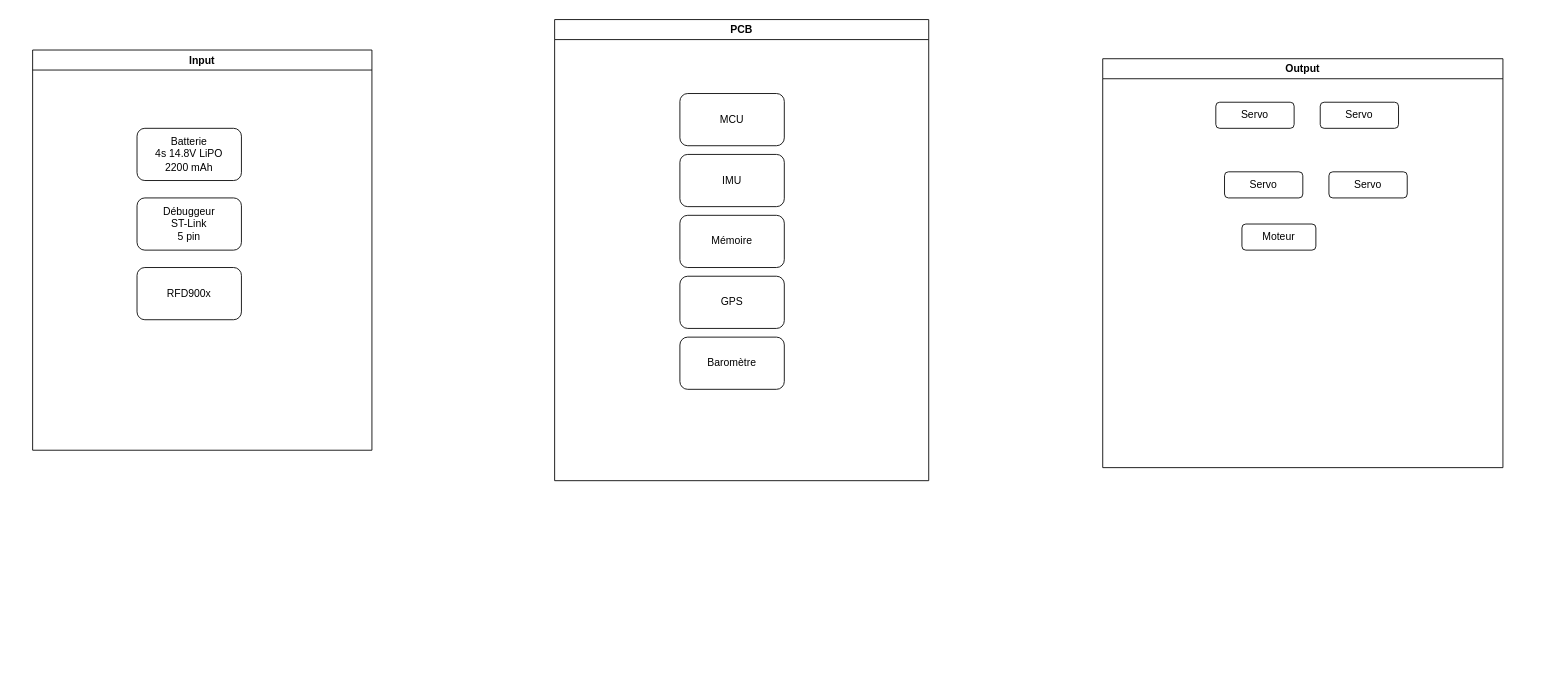
Before: Schema_bloc.drawio in GAULAvionique/ABRARACOURCIX_HARD_ware, a draw.io diagram. Source tidied: cells renumbered, new cells numbered last; positions are measured from the earlier drawing's top-left corner, leaving out a move shared by most shapes. Both pictures are drawn from the tidied source at 87%, with x=0, y=0 at pixel (32, 19).
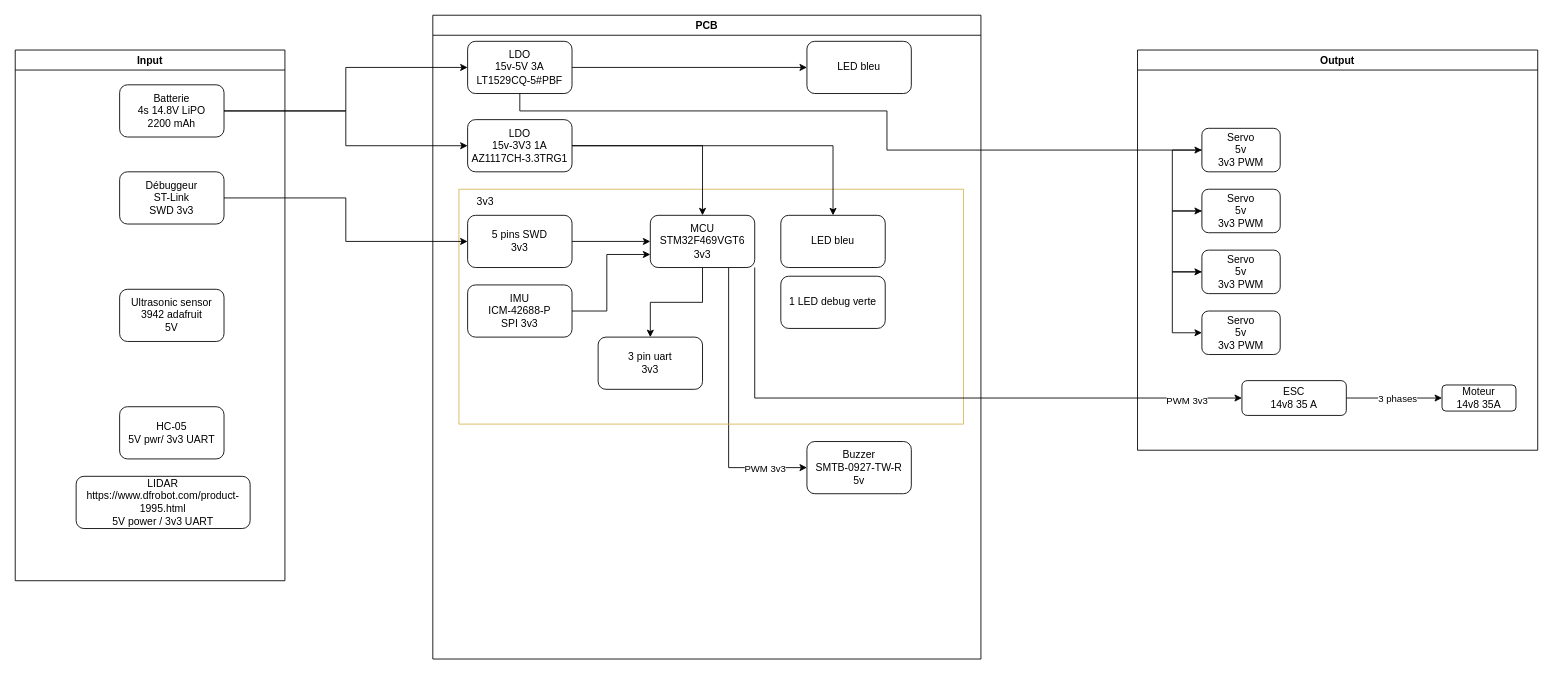
After the change.

Commit message (it also covers changes not shown here):
Update au schema bloc

Change to the diagram source:
```diff
@@
-    <mxCell id="2" value="IMU" style="rounded=1;whiteSpace=wrap;html=1;" parent="1" vertex="1">
-      <mxGeometry x="744" y="155" width="120" height="60" as="geometry" />
-    </mxCell>
     <mxCell id="3" value="Input" style="swimlane;whiteSpace=wrap;html=1;" parent="1" vertex="1">
-      <mxGeometry y="35" width="390" height="460" as="geometry" />
+      <mxGeometry x="-20" y="35" width="310" height="610" as="geometry" />
     </mxCell>
     <mxCell id="4" value="Batterie&lt;div&gt;4s 14.8V LiPO&lt;/div&gt;&lt;div&gt;2200 mAh&lt;/div&gt;" style="rounded=1;whiteSpace=wrap;html=1;" parent="3" vertex="1">
-      <mxGeometry x="120" y="90" width="120" height="60" as="geometry" />
+      <mxGeometry x="120" y="40" width="120" height="60" as="geometry" />
     </mxCell>
-    <mxCell id="5" value="Débuggeur&lt;div&gt;ST-Link&lt;/div&gt;&lt;div&gt;5 pin&lt;/div&gt;" style="rounded=1;whiteSpace=wrap;html=1;" parent="3" vertex="1">
-      <mxGeometry x="120" y="170" width="120" height="60" as="geometry" />
+    <mxCell id="5" value="Débuggeur&lt;div&gt;ST-Link&lt;/div&gt;&lt;div&gt;SWD 3v3&lt;/div&gt;" style="rounded=1;whiteSpace=wrap;html=1;" parent="3" vertex="1">
+      <mxGeometry x="120" y="140" width="120" height="60" as="geometry" />
     </mxCell>
-    <mxCell id="6" value="RFD900x" style="rounded=1;whiteSpace=wrap;html=1;" parent="3" vertex="1">
-      <mxGeometry x="120" y="250" width="120" height="60" as="geometry" />
+    <mxCell id="6" value="HC-05&lt;br&gt;5V pwr/ 3v3 UART" style="rounded=1;whiteSpace=wrap;html=1;" parent="3" vertex="1">
+      <mxGeometry x="120" y="410" width="120" height="60" as="geometry" />
     </mxCell>
+    <mxCell id="18" value="Ultrasonic sensor&lt;br&gt;3942 adafruit&lt;br&gt;5V" style="rounded=1;whiteSpace=wrap;html=1;" parent="3" vertex="1">
+      <mxGeometry x="120" y="275" width="120" height="60" as="geometry" />
+    </mxCell>
+    <mxCell id="19" value="LIDAR&lt;br&gt;https://www.dfrobot.com/product-1995.html&lt;br&gt;5V power / 3v3 UART" style="rounded=1;whiteSpace=wrap;html=1;" parent="3" vertex="1">
+      <mxGeometry x="70" y="490" width="200" height="60" as="geometry" />
+    </mxCell>
     <mxCell id="7" value="Output" style="swimlane;whiteSpace=wrap;html=1;" parent="1" vertex="1">
-      <mxGeometry x="1230" y="45" width="460" height="470" as="geometry" />
+      <mxGeometry x="1270" y="35" width="460" height="460" as="geometry" />
     </mxCell>
-    <mxCell id="8" value="Servo" style="rounded=1;whiteSpace=wrap;html=1;" parent="7" vertex="1">
-      <mxGeometry x="130" y="50" width="90" height="30" as="geometry" />
-    </mxCell>
-    <mxCell id="9" value="Servo" style="rounded=1;whiteSpace=wrap;html=1;" parent="7" vertex="1">
-      <mxGeometry x="140" y="130" width="90" height="30" as="geometry" />
-    </mxCell>
-    <mxCell id="10" value="Servo" style="rounded=1;whiteSpace=wrap;html=1;" parent="7" vertex="1">
-      <mxGeometry x="260" y="130" width="90" height="30" as="geometry" />
-    </mxCell>
-    <mxCell id="11" value="Servo" style="rounded=1;whiteSpace=wrap;html=1;" parent="7" vertex="1">
-      <mxGeometry x="250" y="50" width="90" height="30" as="geometry" />
-    </mxCell>
-    <mxCell id="12" value="Moteur" style="rounded=1;whiteSpace=wrap;html=1;" parent="7" vertex="1">
-      <mxGeometry x="160" y="190" width="85" height="30" as="geometry" />
+    <mxCell id="12" value="Moteur&lt;br&gt;14v8 35A" style="rounded=1;whiteSpace=wrap;html=1;" parent="7" vertex="1">
+      <mxGeometry x="350" y="385" width="85" height="30" as="geometry" />
     </mxCell>
+    <mxCell id="20" style="edgeStyle=orthogonalEdgeStyle;rounded=0;jettySize=auto;html=1;entryX=0;entryY=0.5;entryDx=0;entryDy=0;" parent="7" edge="1" source="22" target="12">
+      <mxGeometry relative="1" as="geometry" />
+    </mxCell>
+    <mxCell id="21" value="3 phases" style="edgeLabel;html=1;align=center;verticalAlign=middle;" parent="20" vertex="1">
+      <mxGeometry x="0.05" relative="1" as="geometry" />
+    </mxCell>
+    <mxCell id="22" value="ESC&lt;br&gt;14v8 35 A" style="rounded=1;whiteSpace=wrap;html=1;" parent="7" vertex="1">
+      <mxGeometry x="120" y="380" width="120" height="40" as="geometry" />
+    </mxCell>
+    <mxCell id="23" style="edgeStyle=orthogonalEdgeStyle;rounded=0;jettySize=auto;html=1;entryX=0;entryY=0.5;entryDx=0;entryDy=0;" parent="7" edge="1" source="24" target="29">
+      <mxGeometry relative="1" as="geometry">
+        <Array as="points">
+          <mxPoint x="40" y="115" />
+          <mxPoint x="40" y="185" />
+        </Array>
+      </mxGeometry>
+    </mxCell>
+    <mxCell id="24" value="Servo&lt;br&gt;5v&lt;br&gt;3v3 PWM" style="rounded=1;whiteSpace=wrap;html=1;" parent="7" vertex="1">
+      <mxGeometry x="74" y="90" width="90" height="50" as="geometry" />
+    </mxCell>
+    <mxCell id="25" value="Servo&lt;br&gt;5v&lt;br&gt;3v3 PWM" style="rounded=1;whiteSpace=wrap;html=1;" parent="7" vertex="1">
+      <mxGeometry x="74" y="300" width="90" height="50" as="geometry" />
+    </mxCell>
+    <mxCell id="26" style="edgeStyle=orthogonalEdgeStyle;rounded=0;jettySize=auto;html=1;entryX=0;entryY=0.5;entryDx=0;entryDy=0;" parent="7" edge="1" source="27" target="25">
+      <mxGeometry relative="1" as="geometry">
+        <Array as="points">
+          <mxPoint x="40" y="255" />
+          <mxPoint x="40" y="325" />
+        </Array>
+      </mxGeometry>
+    </mxCell>
+    <mxCell id="27" value="Servo&lt;br&gt;5v&lt;br&gt;3v3 PWM" style="rounded=1;whiteSpace=wrap;html=1;" parent="7" vertex="1">
+      <mxGeometry x="74" y="230" width="90" height="50" as="geometry" />
+    </mxCell>
+    <mxCell id="28" style="edgeStyle=orthogonalEdgeStyle;rounded=0;jettySize=auto;html=1;entryX=0;entryY=0.5;entryDx=0;entryDy=0;" parent="7" edge="1" source="29" target="27">
+      <mxGeometry relative="1" as="geometry">
+        <Array as="points">
+          <mxPoint x="40" y="185" />
+          <mxPoint x="40" y="255" />
+        </Array>
+      </mxGeometry>
+    </mxCell>
+    <mxCell id="29" value="Servo&lt;br&gt;5v&lt;br&gt;3v3 PWM" style="rounded=1;whiteSpace=wrap;html=1;" parent="7" vertex="1">
+      <mxGeometry x="74" y="160" width="90" height="50" as="geometry" />
+    </mxCell>
+    <mxCell id="17" value="PCB" style="swimlane;whiteSpace=wrap;html=1;" parent="1" vertex="1">
+      <mxGeometry x="460" y="-5" width="630" height="740" as="geometry" />
+    </mxCell>
+    <mxCell id="30" value="Buzzer&lt;div&gt;SMTB-0927-TW-R&lt;br&gt;&lt;/div&gt;&lt;div&gt;5v&lt;/div&gt;" style="rounded=1;whiteSpace=wrap;html=1;" parent="17" vertex="1">
+      <mxGeometry x="430" y="490" width="120" height="60" as="geometry" />
+    </mxCell>
+    <mxCell id="31" style="edgeStyle=orthogonalEdgeStyle;rounded=0;jettySize=auto;html=1;entryX=0;entryY=0.5;entryDx=0;entryDy=0;" parent="17" edge="1" source="32" target="13">
+      <mxGeometry relative="1" as="geometry" />
+    </mxCell>
+    <mxCell id="32" value="5 pins SWD&lt;br&gt;3v3" style="rounded=1;whiteSpace=wrap;html=1;" parent="17" vertex="1">
+      <mxGeometry x="40" y="230" width="120" height="60" as="geometry" />
+    </mxCell>
+    <mxCell id="33" style="edgeStyle=orthogonalEdgeStyle;rounded=0;jettySize=auto;html=1;entryX=0;entryY=0.75;entryDx=0;entryDy=0;" parent="17" edge="1" source="2" target="13">
+      <mxGeometry relative="1" as="geometry">
+        <Array as="points">
+          <mxPoint x="200" y="340" />
+          <mxPoint x="200" y="275" />
+        </Array>
+      </mxGeometry>
+    </mxCell>
+    <mxCell id="34" style="edgeStyle=orthogonalEdgeStyle;rounded=0;jettySize=auto;html=1;" parent="17" edge="1" source="13" target="38">
+      <mxGeometry relative="1" as="geometry" />
+    </mxCell>
+    <mxCell id="35" style="edgeStyle=orthogonalEdgeStyle;rounded=0;jettySize=auto;html=1;exitX=0.75;exitY=1;exitDx=0;exitDy=0;entryX=0;entryY=0.5;entryDx=0;entryDy=0;" parent="17" edge="1" source="13" target="30">
+      <mxGeometry relative="1" as="geometry" />
+    </mxCell>
+    <mxCell id="36" value="PWM 3v3" style="edgeLabel;html=1;align=center;verticalAlign=middle;" parent="35" vertex="1">
+      <mxGeometry x="0.83" y="-2" relative="1" as="geometry">
+        <mxPoint x="-22" y="-2" as="offset" />
+      </mxGeometry>
+    </mxCell>
-    <mxCell id="13" value="MCU" style="rounded=1;whiteSpace=wrap;html=1;" parent="1" vertex="1">
-      <mxGeometry x="744" y="85" width="120" height="60" as="geometry" />
+    <mxCell id="13" value="MCU&lt;br&gt;STM32F469VGT6&lt;br&gt;3v3" style="rounded=1;whiteSpace=wrap;html=1;" parent="17" vertex="1">
+      <mxGeometry x="250" y="230" width="120" height="60" as="geometry" />
     </mxCell>
-    <mxCell id="14" value="Mémoire" style="rounded=1;whiteSpace=wrap;html=1;" parent="1" vertex="1">
-      <mxGeometry x="744" y="225" width="120" height="60" as="geometry" />
-    </mxCell>
-    <mxCell id="15" value="GPS" style="rounded=1;whiteSpace=wrap;html=1;" parent="1" vertex="1">
-      <mxGeometry x="744" y="295" width="120" height="60" as="geometry" />
-    </mxCell>
-    <mxCell id="16" value="Baromètre" style="rounded=1;whiteSpace=wrap;html=1;" parent="1" vertex="1">
-      <mxGeometry x="744" y="365" width="120" height="60" as="geometry" />
-    </mxCell>
-    <mxCell id="17" value="PCB" style="swimlane;whiteSpace=wrap;html=1;" parent="1" vertex="1">
-      <mxGeometry x="600" width="430" height="530" as="geometry" />
-    </mxCell>
+    <mxCell id="37" style="swimlane;startSize=0;fillColor=#FFF2CC;strokeColor=#d6b656;gradientColor=none;swimlaneFillColor=none;" parent="17" vertex="1">
+      <mxGeometry x="30" y="200" width="580" height="270" as="geometry" />
+    </mxCell>
+    <mxCell id="38" value="3 pin uart&lt;br&gt;3v3" style="rounded=1;whiteSpace=wrap;html=1;" parent="37" vertex="1">
+      <mxGeometry x="160" y="170" width="120" height="60" as="geometry" />
+    </mxCell>
+    <mxCell id="39" value="3v3" style="text;html=1;align=center;verticalAlign=middle;strokeColor=none;fillColor=none;" parent="37" vertex="1">
+      <mxGeometry x="10" width="40" height="30" as="geometry" />
+    </mxCell>
+    <mxCell id="40" value="LED bleu" style="rounded=1;whiteSpace=wrap;html=1;" parent="37" vertex="1">
+      <mxGeometry x="370" y="30" width="120" height="60" as="geometry" />
+    </mxCell>
+    <mxCell id="2" value="IMU&lt;br&gt;ICM-42688-P&lt;br&gt;SPI 3v3" style="rounded=1;whiteSpace=wrap;html=1;" parent="37" vertex="1">
+      <mxGeometry x="10" y="110" width="120" height="60" as="geometry" />
+    </mxCell>
+    <mxCell id="41" value="1 LED debug verte" style="rounded=1;whiteSpace=wrap;html=1;" parent="37" vertex="1">
+      <mxGeometry x="370" y="100" width="120" height="60" as="geometry" />
+    </mxCell>
+    <mxCell id="42" style="edgeStyle=orthogonalEdgeStyle;rounded=0;jettySize=auto;html=1;exitX=1;exitY=0.5;exitDx=0;exitDy=0;entryX=0;entryY=0.5;entryDx=0;entryDy=0;" parent="17" edge="1" source="43" target="47">
+      <mxGeometry relative="1" as="geometry" />
+    </mxCell>
+    <mxCell id="43" value="LDO&lt;br&gt;15v-5V 3A&lt;br&gt;LT1529CQ-5#PBF" style="rounded=1;whiteSpace=wrap;html=1;" parent="17" vertex="1">
+      <mxGeometry x="40" y="30" width="120" height="60" as="geometry" />
+    </mxCell>
+    <mxCell id="44" style="edgeStyle=orthogonalEdgeStyle;rounded=0;jettySize=auto;html=1;" parent="17" edge="1" source="46" target="13">
+      <mxGeometry relative="1" as="geometry" />
+    </mxCell>
+    <mxCell id="45" style="edgeStyle=orthogonalEdgeStyle;rounded=0;jettySize=auto;html=1;entryX=0.5;entryY=0;entryDx=0;entryDy=0;" parent="17" edge="1" source="46" target="40">
+      <mxGeometry relative="1" as="geometry" />
+    </mxCell>
+    <mxCell id="46" value="LDO&lt;br&gt;15v-3V3 1A&lt;br&gt;AZ1117CH-3.3TRG1" style="rounded=1;whiteSpace=wrap;html=1;" parent="17" vertex="1">
+      <mxGeometry x="40" y="120" width="120" height="60" as="geometry" />
+    </mxCell>
+    <mxCell id="47" value="LED bleu" style="rounded=1;whiteSpace=wrap;html=1;" parent="17" vertex="1">
+      <mxGeometry x="430" y="30" width="120" height="60" as="geometry" />
+    </mxCell>
+    <mxCell id="48" style="edgeStyle=orthogonalEdgeStyle;rounded=0;jettySize=auto;html=1;" parent="1" edge="1" source="5" target="32">
+      <mxGeometry relative="1" as="geometry" />
+    </mxCell>
+    <mxCell id="49" style="edgeStyle=orthogonalEdgeStyle;rounded=0;jettySize=auto;html=1;exitX=1;exitY=1;exitDx=0;exitDy=0;entryX=0;entryY=0.5;entryDx=0;entryDy=0;" parent="1" edge="1" source="13" target="22">
+      <mxGeometry relative="1" as="geometry">
+        <Array as="points">
+          <mxPoint x="830" y="435" />
+        </Array>
+      </mxGeometry>
+    </mxCell>
+    <mxCell id="50" value="PWM 3v3" style="edgeLabel;html=1;align=center;verticalAlign=middle;" parent="49" vertex="1">
+      <mxGeometry x="0.82" y="-2" relative="1" as="geometry" />
+    </mxCell>
+    <mxCell id="51" style="edgeStyle=orthogonalEdgeStyle;rounded=0;jettySize=auto;html=1;exitX=1;exitY=0.5;exitDx=0;exitDy=0;" parent="1" edge="1" source="4" target="43">
+      <mxGeometry relative="1" as="geometry" />
+    </mxCell>
+    <mxCell id="52" style="edgeStyle=orthogonalEdgeStyle;rounded=0;jettySize=auto;html=1;entryX=0;entryY=0.5;entryDx=0;entryDy=0;" parent="1" edge="1" source="4" target="46">
+      <mxGeometry relative="1" as="geometry" />
+    </mxCell>
+    <mxCell id="53" style="edgeStyle=orthogonalEdgeStyle;rounded=0;jettySize=auto;html=1;entryX=0;entryY=0.5;entryDx=0;entryDy=0;" parent="1" edge="1" source="43" target="24">
+      <mxGeometry relative="1" as="geometry">
+        <Array as="points">
+          <mxPoint x="560" y="105" />
+          <mxPoint x="982" y="105" />
+          <mxPoint x="982" y="150" />
+        </Array>
+      </mxGeometry>
+    </mxCell>
```
